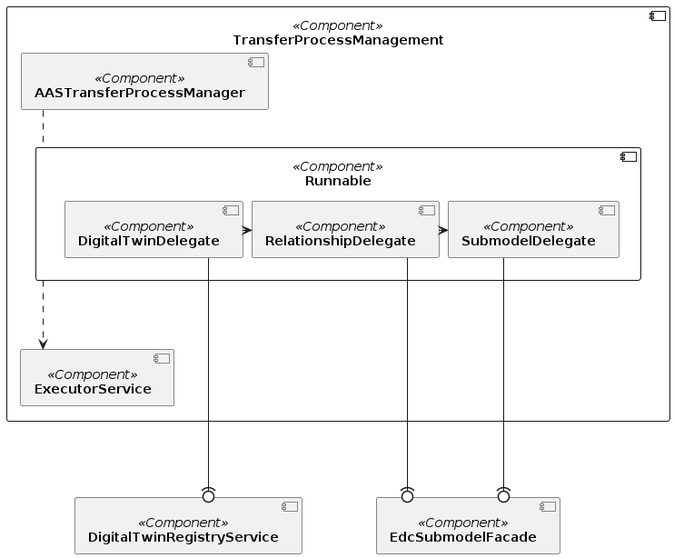
Above: docs/assets/arc42/arc42_007.png in eclipse-tractusx/item-relationship-service (PlantUML), before the change. Source of this version:
```plantuml
@startuml
skinparam monochrome true
skinparam shadowing false
skinparam nodesep 10
skinparam ranksep 100
skinparam linetype ortho
skinparam defaultFontName "Architects daughter"

component [**TransferProcessManagement**] <<Component>> as TransferProcessManagement {
    component [**AASTransferProcessManager**] <<Component>> as TPM
    component [**ExecutorService**] <<Component>> as executor
    component [**Runnable**] <<Component>> as runnable {
        component [**DigitalTwinDelegate**] <<Component>> as DTRDelegate
        component [**RelationshipDelegate**] <<Component>> as RelDelegate
        component [**SubmodelDelegate**] <<Component>> as SubDelegate
        DTRDelegate -> RelDelegate
        RelDelegate -> SubDelegate
    }
    TPM .. runnable
    runnable ..> executor
}

[**DigitalTwinRegistryService**] <<Component>> as AASR
[**EdcSubmodelFacade**] <<Component>> as SMS

DTRDelegate ---(0 AASR
RelDelegate ---(0 SMS
SubDelegate ---(0 SMS

@enduml
```
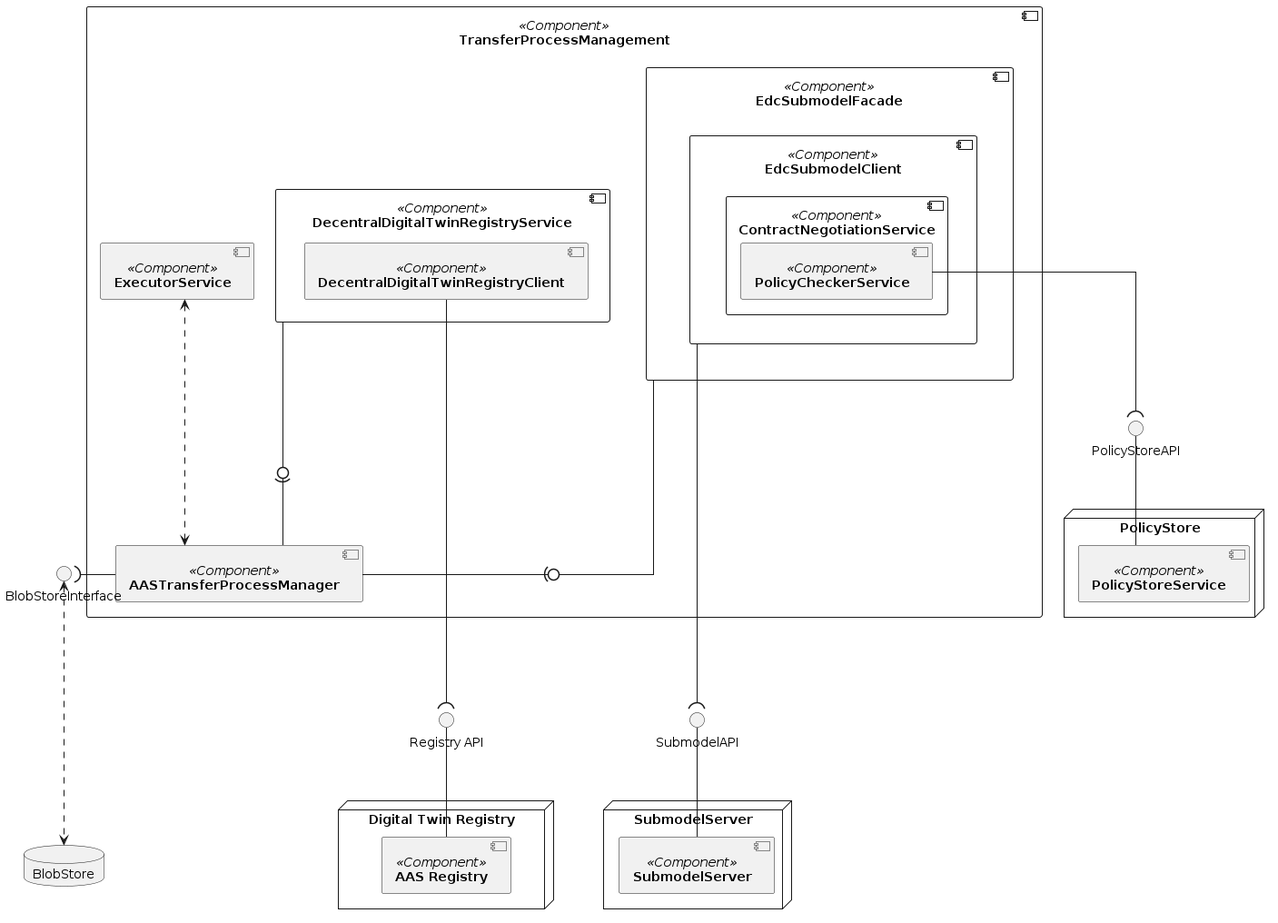
Later version of the same file.

Diff of the diagram source:
```diff
@@ -6,25 +6,51 @@
 skinparam linetype ortho
 skinparam defaultFontName "Architects daughter"
 
+
 component [**TransferProcessManagement**] <<Component>> as TransferProcessManagement {
-    component [**AASTransferProcessManager**] <<Component>> as TPM
-    component [**ExecutorService**] <<Component>> as executor
-    component [**Runnable**] <<Component>> as runnable {
-        component [**DigitalTwinDelegate**] <<Component>> as DTRDelegate
-        component [**RelationshipDelegate**] <<Component>> as RelDelegate
-        component [**SubmodelDelegate**] <<Component>> as SubDelegate
-        DTRDelegate -> RelDelegate
-        RelDelegate -> SubDelegate
+    component [**AASTransferProcessManager**] <<Component>> as TransferProcessManager
+    component [**DecentralDigitalTwinRegistryService**] <<Component>> as DTRService {
+        component [**DecentralDigitalTwinRegistryClient**] <<Component>> as DTRClient
     }
-    TPM .. runnable
-    runnable ..> executor
+    component [**EdcSubmodelFacade**] <<Component>> as SubmodelFacade {
+        component [**EdcSubmodelClient**] <<Component>> as SubmodelClient {
+            component [**ContractNegotiationService**]  <<Component>> as ContractNegotiationService {
+                [**PolicyCheckerService**] <<Component>> as PolicyCheckerService
+            }
+        }
+    }
+    component [**ExecutorService**] <<Component>> as ExecutorService
 }
 
-[**DigitalTwinRegistryService**] <<Component>> as AASR
-[**EdcSubmodelFacade**] <<Component>> as SMS
+node PolicyStore {
+    [**PolicyStoreService**] <<Component>> as PolicyStoreService
+}
 
-DTRDelegate ---(0 AASR
-RelDelegate ---(0 SMS
-SubDelegate ---(0 SMS
+node "Digital Twin Registry" {
+    [**AAS Registry**] <<Component>> as AASR
+}
 
+node "SubmodelServer" {
+    [**SubmodelServer**] <<Component>> as SMS
+}
+
+DTRService --0)- TransferProcessManager
+SubmodelFacade --0)- TransferProcessManager
+ExecutorService <...> TransferProcessManager
+
+interface "Registry API" as RegAPI
+RegAPI -- AASR
+DTRClient ----( RegAPI
+
+
+interface "SubmodelAPI" as SMSAPI
+SMSAPI -- SMS
+SubmodelClient ----( SMSAPI
+interface "PolicyStoreAPI" as PolicyStoreAPI
+PolicyCheckerService --(  PolicyStoreAPI
+PolicyStoreAPI -- PolicyStoreService
+
+database BlobStore
+TransferProcessManager -left-( BlobStoreInterface
+BlobStoreInterface <...> BlobStore
 @enduml
```
